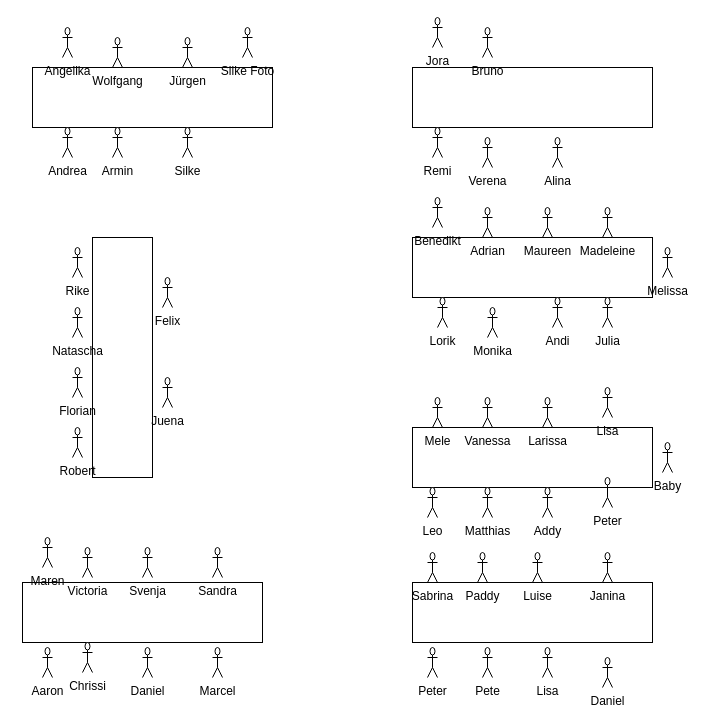
FlorianKuehn96/hochzeit-natascha-florian-clean keeps this draw.io diagram as Sitzplan Hochzeit.drawio. Above is the earlier version. Source tidied: cells renumbered, new cells numbered last; positions are measured from the earlier drawing's top-left corner, leaving out a move shared by most shapes. Both pictures are drawn from the tidied source at 100%, with x=0, y=0 at pixel (2, 17).
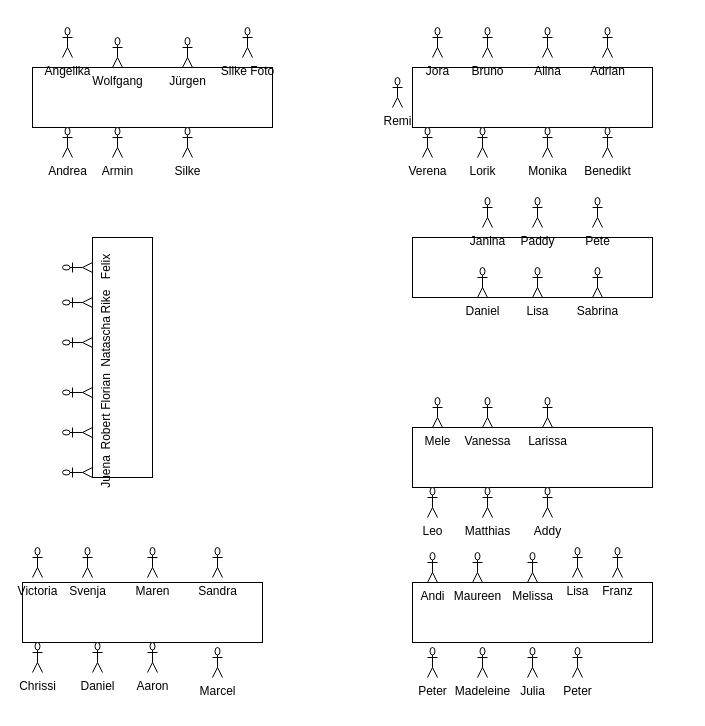
The same diagram, later.

The edit, as a diff of the source:
```diff
@@
     <mxCell id="17" value="Jora" style="shape=umlActor;verticalLabelPosition=bottom;verticalAlign=top;html=1;" parent="1" vertex="1">
-      <mxGeometry x="430" width="10" height="30" as="geometry" />
+      <mxGeometry x="430" y="10" width="10" height="30" as="geometry" />
     </mxCell>
@@
     <mxCell id="19" value="Remi" style="shape=umlActor;verticalLabelPosition=bottom;verticalAlign=top;html=1;" parent="1" vertex="1">
-      <mxGeometry x="430" y="110" width="10" height="30" as="geometry" />
+      <mxGeometry x="390" y="60" width="10" height="30" as="geometry" />
     </mxCell>
@@
     <mxCell id="21" value="Verena" style="shape=umlActor;verticalLabelPosition=bottom;verticalAlign=top;html=1;" parent="1" vertex="1">
-      <mxGeometry x="480" y="120" width="10" height="30" as="geometry" />
+      <mxGeometry x="420" y="110" width="10" height="30" as="geometry" />
     </mxCell>
     <mxCell id="22" value="Alina" style="shape=umlActor;verticalLabelPosition=bottom;verticalAlign=top;html=1;" parent="1" vertex="1">
-      <mxGeometry x="550" y="120" width="10" height="30" as="geometry" />
+      <mxGeometry x="540" y="10" width="10" height="30" as="geometry" />
     </mxCell>
     <mxCell id="23" value="Lorik" style="shape=umlActor;verticalLabelPosition=bottom;verticalAlign=top;html=1;" parent="1" vertex="1">
-      <mxGeometry x="435" y="280" width="10" height="30" as="geometry" />
+      <mxGeometry x="475" y="110" width="10" height="30" as="geometry" />
     </mxCell>
-    <mxCell id="24" value="&lt;div&gt;Baby&lt;/div&gt;" style="shape=umlActor;verticalLabelPosition=bottom;verticalAlign=top;html=1;" parent="1" vertex="1">
-      <mxGeometry x="660" y="425" width="10" height="30" as="geometry" />
+    <mxCell id="24" value="&lt;div&gt;Franz&lt;/div&gt;" style="shape=umlActor;verticalLabelPosition=bottom;verticalAlign=top;html=1;" parent="1" vertex="1">
+      <mxGeometry x="610" y="530" width="10" height="30" as="geometry" />
     </mxCell>
     <mxCell id="25" value="Monika" style="shape=umlActor;verticalLabelPosition=bottom;verticalAlign=top;html=1;" parent="1" vertex="1">
-      <mxGeometry x="485" y="290" width="10" height="30" as="geometry" />
+      <mxGeometry x="540" y="110" width="10" height="30" as="geometry" />
     </mxCell>
     <mxCell id="26" value="Aaron" style="shape=umlActor;verticalLabelPosition=bottom;verticalAlign=top;html=1;" parent="1" vertex="1">
-      <mxGeometry x="40" y="630" width="10" height="30" as="geometry" />
+      <mxGeometry x="145" y="625" width="10" height="30" as="geometry" />
     </mxCell>
     <mxCell id="27" value="Benedikt" style="shape=umlActor;verticalLabelPosition=bottom;verticalAlign=top;html=1;" parent="1" vertex="1">
-      <mxGeometry x="430" y="180" width="10" height="30" as="geometry" />
+      <mxGeometry x="600" y="110" width="10" height="30" as="geometry" />
     </mxCell>
     <mxCell id="28" value="Melissa" style="shape=umlActor;verticalLabelPosition=bottom;verticalAlign=top;html=1;" parent="1" vertex="1">
-      <mxGeometry x="660" y="230" width="10" height="30" as="geometry" />
+      <mxGeometry x="525" y="535" width="10" height="30" as="geometry" />
     </mxCell>
     <mxCell id="29" value="Adrian" style="shape=umlActor;verticalLabelPosition=bottom;verticalAlign=top;html=1;" parent="1" vertex="1">
-      <mxGeometry x="480" y="190" width="10" height="30" as="geometry" />
+      <mxGeometry x="600" y="10" width="10" height="30" as="geometry" />
     </mxCell>
     <mxCell id="30" value="Maren" style="shape=umlActor;verticalLabelPosition=bottom;verticalAlign=top;html=1;" parent="1" vertex="1">
-      <mxGeometry x="40" y="520" width="10" height="30" as="geometry" />
+      <mxGeometry x="145" y="530" width="10" height="30" as="geometry" />
     </mxCell>
     <mxCell id="31" value="Maureen" style="shape=umlActor;verticalLabelPosition=bottom;verticalAlign=top;html=1;" parent="1" vertex="1">
-      <mxGeometry x="540" y="190" width="10" height="30" as="geometry" />
+      <mxGeometry x="470" y="535" width="10" height="30" as="geometry" />
     </mxCell>
     <mxCell id="32" value="Lisa" style="shape=umlActor;verticalLabelPosition=bottom;verticalAlign=top;html=1;" parent="1" vertex="1">
-      <mxGeometry x="600" y="370" width="10" height="30" as="geometry" />
+      <mxGeometry x="570" y="530" width="10" height="30" as="geometry" />
     </mxCell>
     <mxCell id="33" value="Janina" style="shape=umlActor;verticalLabelPosition=bottom;verticalAlign=top;html=1;" parent="1" vertex="1">
-      <mxGeometry x="600" y="535" width="10" height="30" as="geometry" />
+      <mxGeometry x="480" y="180" width="10" height="30" as="geometry" />
     </mxCell>
     <mxCell id="34" value="Madeleine" style="shape=umlActor;verticalLabelPosition=bottom;verticalAlign=top;html=1;" parent="1" vertex="1">
-      <mxGeometry x="600" y="190" width="10" height="30" as="geometry" />
+      <mxGeometry x="475" y="630" width="10" height="30" as="geometry" />
     </mxCell>
     <mxCell id="35" value="Andi" style="shape=umlActor;verticalLabelPosition=bottom;verticalAlign=top;html=1;" parent="1" vertex="1">
-      <mxGeometry x="550" y="280" width="10" height="30" as="geometry" />
+      <mxGeometry x="425" y="535" width="10" height="30" as="geometry" />
     </mxCell>
     <mxCell id="36" value="Peter" style="shape=umlActor;verticalLabelPosition=bottom;verticalAlign=top;html=1;" parent="1" vertex="1">
-      <mxGeometry x="600" y="460" width="10" height="30" as="geometry" />
+      <mxGeometry x="570" y="630" width="10" height="30" as="geometry" />
     </mxCell>
     <mxCell id="37" value="Daniel" style="shape=umlActor;verticalLabelPosition=bottom;verticalAlign=top;html=1;" parent="1" vertex="1">
-      <mxGeometry x="600" y="640" width="10" height="30" as="geometry" />
+      <mxGeometry x="475" y="250" width="10" height="30" as="geometry" />
     </mxCell>
     <mxCell id="38" value="Julia" style="shape=umlActor;verticalLabelPosition=bottom;verticalAlign=top;html=1;" parent="1" vertex="1">
-      <mxGeometry x="600" y="280" width="10" height="30" as="geometry" />
+      <mxGeometry x="525" y="630" width="10" height="30" as="geometry" />
     </mxCell>
@@
     <mxCell id="40" value="Paddy" style="shape=umlActor;verticalLabelPosition=bottom;verticalAlign=top;html=1;" parent="1" vertex="1">
-      <mxGeometry x="475" y="535" width="10" height="30" as="geometry" />
+      <mxGeometry x="530" y="180" width="10" height="30" as="geometry" />
     </mxCell>
@@
     <mxCell id="42" value="Sabrina" style="shape=umlActor;verticalLabelPosition=bottom;verticalAlign=top;html=1;" parent="1" vertex="1">
-      <mxGeometry x="425" y="535" width="10" height="30" as="geometry" />
+      <mxGeometry x="590" y="250" width="10" height="30" as="geometry" />
     </mxCell>
@@
     <mxCell id="44" value="Lisa" style="shape=umlActor;verticalLabelPosition=bottom;verticalAlign=top;html=1;" parent="1" vertex="1">
-      <mxGeometry x="540" y="630" width="10" height="30" as="geometry" />
+      <mxGeometry x="530" y="250" width="10" height="30" as="geometry" />
     </mxCell>
@@
     <mxCell id="46" value="Pete" style="shape=umlActor;verticalLabelPosition=bottom;verticalAlign=top;html=1;" parent="1" vertex="1">
-      <mxGeometry x="480" y="630" width="10" height="30" as="geometry" />
+      <mxGeometry x="590" y="180" width="10" height="30" as="geometry" />
     </mxCell>
@@
     <mxCell id="48" value="Chrissi" style="shape=umlActor;verticalLabelPosition=bottom;verticalAlign=top;html=1;" parent="1" vertex="1">
-      <mxGeometry x="80" y="625" width="10" height="30" as="geometry" />
+      <mxGeometry x="30" y="625" width="10" height="30" as="geometry" />
     </mxCell>
     <mxCell id="49" value="Victoria" style="shape=umlActor;verticalLabelPosition=bottom;verticalAlign=top;html=1;" parent="1" vertex="1">
-      <mxGeometry x="80" y="530" width="10" height="30" as="geometry" />
+      <mxGeometry x="30" y="530" width="10" height="30" as="geometry" />
     </mxCell>
     <mxCell id="50" value="Svenja" style="shape=umlActor;verticalLabelPosition=bottom;verticalAlign=top;html=1;" parent="1" vertex="1">
-      <mxGeometry x="140" y="530" width="10" height="30" as="geometry" />
+      <mxGeometry x="80" y="530" width="10" height="30" as="geometry" />
     </mxCell>
@@
-    <mxCell id="52" value="&lt;div&gt;Luise&lt;/div&gt;" style="shape=umlActor;verticalLabelPosition=bottom;verticalAlign=top;html=1;" parent="1" vertex="1">
-      <mxGeometry x="530" y="535" width="10" height="30" as="geometry" />
-    </mxCell>
@@
     <mxCell id="54" value="Daniel" style="shape=umlActor;verticalLabelPosition=bottom;verticalAlign=top;html=1;" parent="1" vertex="1">
-      <mxGeometry x="140" y="630" width="10" height="30" as="geometry" />
+      <mxGeometry x="90" y="625" width="10" height="30" as="geometry" />
     </mxCell>
-    <mxCell id="55" value="Robert" style="shape=umlActor;verticalLabelPosition=bottom;verticalAlign=top;html=1;" parent="1" vertex="1">
-      <mxGeometry x="70" y="410" width="10" height="30" as="geometry" />
+    <mxCell id="55" value="Robert" style="shape=umlActor;verticalLabelPosition=bottom;verticalAlign=top;html=1;rotation=-90;" parent="1" vertex="1">
+      <mxGeometry x="70" y="400" width="10" height="30" as="geometry" />
     </mxCell>
-    <mxCell id="56" value="Rike" style="shape=umlActor;verticalLabelPosition=bottom;verticalAlign=top;html=1;" parent="1" vertex="1">
-      <mxGeometry x="70" y="230" width="10" height="30" as="geometry" />
+    <mxCell id="56" value="Rike" style="shape=umlActor;verticalLabelPosition=bottom;verticalAlign=top;html=1;rotation=-90;" parent="1" vertex="1">
+      <mxGeometry x="70" y="270" width="10" height="30" as="geometry" />
     </mxCell>
-    <mxCell id="57" value="Felix" style="shape=umlActor;verticalLabelPosition=bottom;verticalAlign=top;html=1;" parent="1" vertex="1">
-      <mxGeometry x="160" y="260" width="10" height="30" as="geometry" />
+    <mxCell id="57" value="Felix" style="shape=umlActor;verticalLabelPosition=bottom;verticalAlign=top;html=1;rotation=-90;" parent="1" vertex="1">
+      <mxGeometry x="70" y="235" width="10" height="30" as="geometry" />
     </mxCell>
-    <mxCell id="58" value="&lt;div&gt;Natascha&lt;/div&gt;" style="shape=umlActor;verticalLabelPosition=bottom;verticalAlign=top;html=1;" parent="1" vertex="1">
-      <mxGeometry x="70" y="290" width="10" height="30" as="geometry" />
+    <mxCell id="58" value="&lt;div&gt;Natascha&lt;/div&gt;" style="shape=umlActor;verticalLabelPosition=bottom;verticalAlign=top;html=1;rotation=-90;" parent="1" vertex="1">
+      <mxGeometry x="70" y="310" width="10" height="30" as="geometry" />
     </mxCell>
-    <mxCell id="59" value="Florian" style="shape=umlActor;verticalLabelPosition=bottom;verticalAlign=top;html=1;" parent="1" vertex="1">
-      <mxGeometry x="70" y="350" width="10" height="30" as="geometry" />
+    <mxCell id="59" value="Florian" style="shape=umlActor;verticalLabelPosition=bottom;verticalAlign=top;html=1;rotation=-90;" parent="1" vertex="1">
+      <mxGeometry x="70" y="360" width="10" height="30" as="geometry" />
     </mxCell>
-    <mxCell id="60" value="Juena" style="shape=umlActor;verticalLabelPosition=bottom;verticalAlign=top;html=1;" parent="1" vertex="1">
-      <mxGeometry x="160" y="360" width="10" height="30" as="geometry" />
+    <mxCell id="60" value="Juena" style="shape=umlActor;verticalLabelPosition=bottom;verticalAlign=top;html=1;rotation=-90;" parent="1" vertex="1">
+      <mxGeometry x="70" y="440" width="10" height="30" as="geometry" />
     </mxCell>
```
